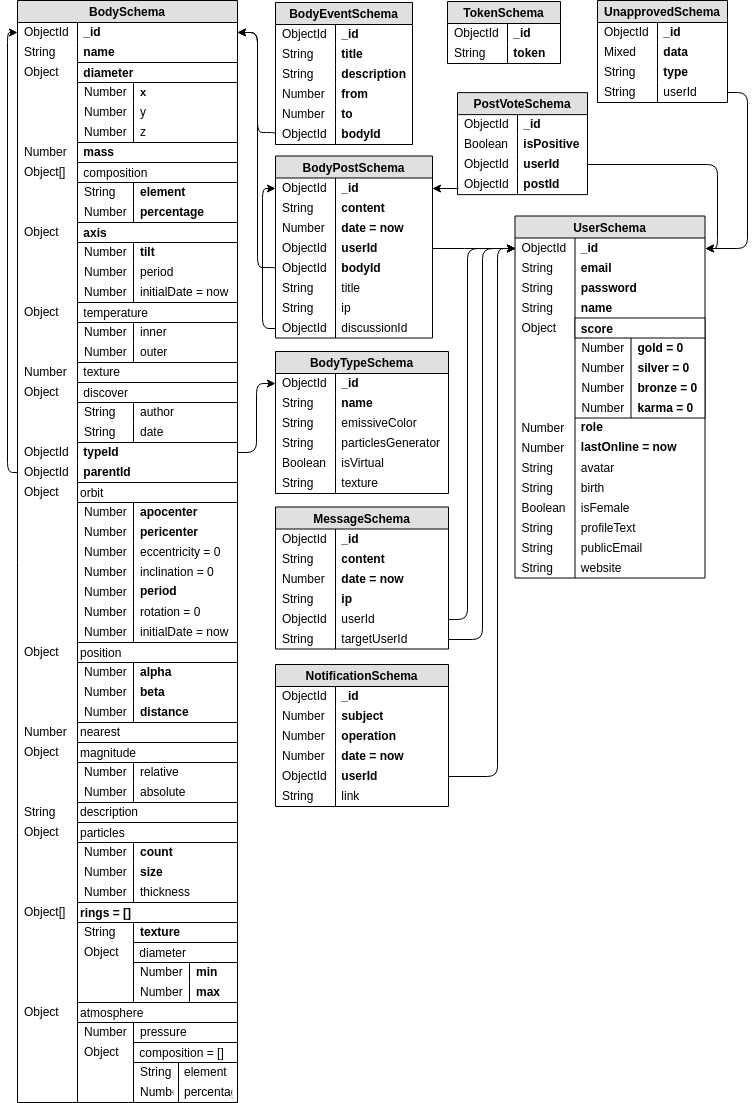
Earlier version of the draw.io export docs/Images/DB.png (michalstruna/universis). Source tidied: cells renumbered, new cells last; positions are measured from the earlier drawing's top-left corner, leaving out a move shared by most shapes.
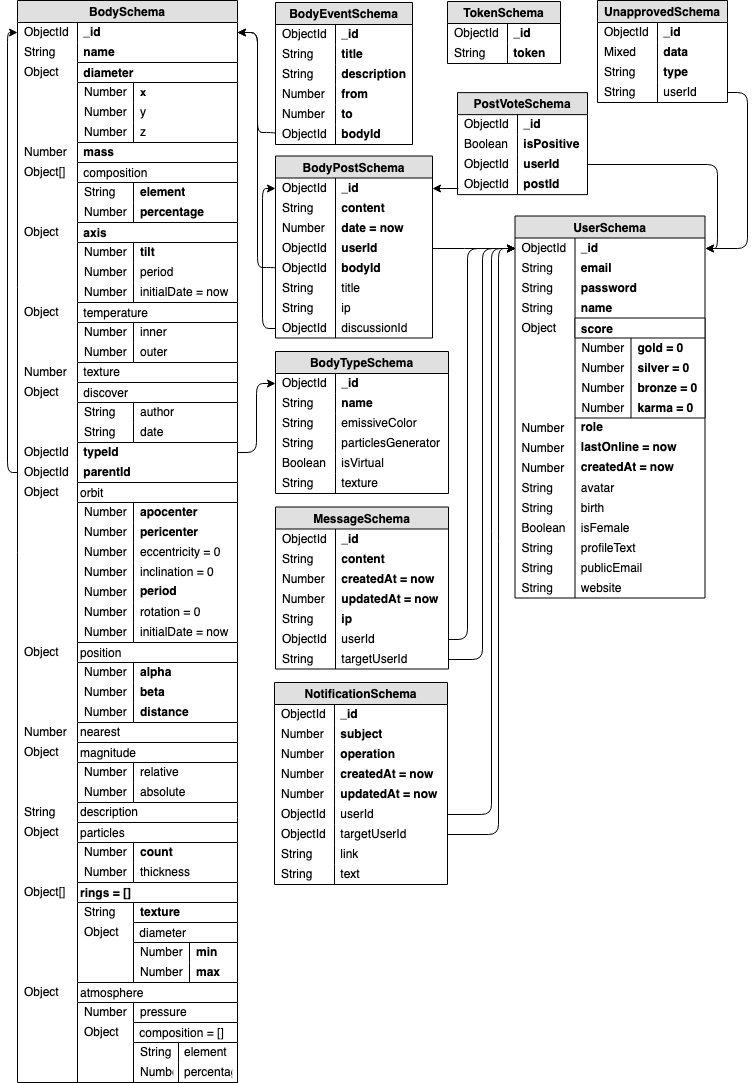
The same diagram one commit later.

What changed in the source:
```diff
@@ -5,3 +5,3 @@
     <mxCell id="2" value="BodySchema" style="swimlane;fontStyle=1;horizontal=1;startSize=22;fillColor=#e0e0e0;swimlaneFillColor=#ffffff;align=center;fontSize=12;verticalAlign=middle;spacing=2;" parent="1" vertex="1">
-      <mxGeometry x="10" width="220" height="1102" as="geometry" />
+      <mxGeometry x="10" width="220" height="1082" as="geometry" />
     </mxCell>
@@ -272,3 +272,3 @@
     <mxCell id="91" value="temperature" style="shape=partialRectangle;top=0;left=0;right=0;bottom=0;align=left;verticalAlign=middle;fillColor=none;spacingLeft=60;spacingRight=4;overflow=hidden;fontSize=12;spacing=2;" parent="2" vertex="1">
-      <mxGeometry y="822" width="220" height="80" as="geometry" />
+      <mxGeometry y="822" width="220" height="60" as="geometry" />
     </mxCell>
@@ -278,3 +278,3 @@
     <mxCell id="93" value="particles" style="swimlane;fontStyle=0;horizontal=1;startSize=20;fillColor=#ffffff;swimlaneFillColor=#ffffff;align=left;fontSize=12;verticalAlign=middle;spacing=2;" parent="91" vertex="1">
-      <mxGeometry x="60" width="160" height="80" as="geometry" />
+      <mxGeometry x="60" width="160" height="60" as="geometry" />
     </mxCell>
@@ -286,10 +286,4 @@
     </mxCell>
-    <mxCell id="96" value="size" style="shape=partialRectangle;top=0;left=0;right=0;bottom=0;align=left;verticalAlign=middle;fillColor=none;spacingLeft=60;spacingRight=4;overflow=hidden;fontSize=12;spacing=2;fontStyle=1;" parent="93" vertex="1">
-      <mxGeometry y="40" width="160" height="20" as="geometry" />
-    </mxCell>
-    <mxCell id="97" value="Number" style="shape=partialRectangle;fontStyle=0;top=0;left=0;bottom=0;fillColor=none;align=left;verticalAlign=middle;spacingLeft=4;spacingRight=4;overflow=hidden;fontSize=12;spacing=2;" parent="96" vertex="1">
-      <mxGeometry width="56" height="20" as="geometry" />
-    </mxCell>
     <mxCell id="98" value="thickness" style="shape=partialRectangle;top=0;left=0;right=0;bottom=0;align=left;verticalAlign=middle;fillColor=none;spacingLeft=60;spacingRight=4;overflow=hidden;fontSize=12;spacing=2;fontStyle=0;" parent="93" vertex="1">
-      <mxGeometry y="60" width="160" height="20" as="geometry" />
+      <mxGeometry y="40" width="160" height="20" as="geometry" />
     </mxCell>
@@ -299,3 +293,3 @@
     <mxCell id="100" value="temperature" style="shape=partialRectangle;top=0;left=0;right=0;bottom=0;align=left;verticalAlign=middle;fillColor=none;spacingLeft=60;spacingRight=4;overflow=hidden;fontSize=12;spacing=2;" parent="2" vertex="1">
-      <mxGeometry y="902" width="220" height="100" as="geometry" />
+      <mxGeometry y="882" width="220" height="100" as="geometry" />
     </mxCell>
@@ -335,3 +329,3 @@
     <mxCell id="112" value="temperature" style="shape=partialRectangle;top=0;left=0;right=0;bottom=0;align=left;verticalAlign=middle;fillColor=none;spacingLeft=60;spacingRight=4;overflow=hidden;fontSize=12;spacing=2;" parent="2" vertex="1">
-      <mxGeometry y="1002" width="220" height="100" as="geometry" />
+      <mxGeometry y="982" width="220" height="100" as="geometry" />
     </mxCell>
@@ -542,3 +536,3 @@
     <mxCell id="178" value="UserSchema" style="swimlane;fontStyle=1;horizontal=1;startSize=22;fillColor=#e0e0e0;swimlaneFillColor=#ffffff;align=center;fontSize=12;verticalAlign=middle;spacing=2;" parent="1" vertex="1">
-      <mxGeometry x="507.5" y="215.5" width="190" height="362" as="geometry" />
+      <mxGeometry x="507.5" y="215.5" width="190" height="382" as="geometry" />
     </mxCell>
@@ -613,4 +607,10 @@
     </mxCell>
+    <mxCell id="264" value=" createdAt = now&#10;" style="shape=partialRectangle;top=0;left=0;right=0;bottom=0;align=left;verticalAlign=middle;fillColor=none;spacingLeft=60;spacingRight=4;overflow=hidden;fontSize=12;spacing=2;fontStyle=1;" parent="178" vertex="1">
+      <mxGeometry y="242" width="190" height="20" as="geometry" />
+    </mxCell>
+    <mxCell id="265" value="Number" style="shape=partialRectangle;fontStyle=0;top=0;left=0;bottom=0;fillColor=none;align=left;verticalAlign=middle;spacingLeft=4;spacingRight=4;overflow=hidden;fontSize=12;spacing=2;" parent="264" vertex="1">
+      <mxGeometry width="60" height="20" as="geometry" />
+    </mxCell>
     <mxCell id="202" value=" avatar" style="shape=partialRectangle;top=0;left=0;right=0;bottom=0;align=left;verticalAlign=middle;fillColor=none;spacingLeft=60;spacingRight=4;overflow=hidden;fontSize=12;spacing=2;fontStyle=0;" parent="178" vertex="1">
-      <mxGeometry y="242" width="190" height="20" as="geometry" />
+      <mxGeometry y="262" width="190" height="20" as="geometry" />
     </mxCell>
@@ -620,3 +620,3 @@
     <mxCell id="204" value=" birth" style="shape=partialRectangle;top=0;left=0;right=0;bottom=0;align=left;verticalAlign=middle;fillColor=none;spacingLeft=60;spacingRight=4;overflow=hidden;fontSize=12;spacing=2;fontStyle=0;" parent="178" vertex="1">
-      <mxGeometry y="262" width="190" height="20" as="geometry" />
+      <mxGeometry y="282" width="190" height="20" as="geometry" />
     </mxCell>
@@ -626,3 +626,3 @@
     <mxCell id="206" value=" isFemale" style="shape=partialRectangle;top=0;left=0;right=0;bottom=0;align=left;verticalAlign=middle;fillColor=none;spacingLeft=60;spacingRight=4;overflow=hidden;fontSize=12;spacing=2;fontStyle=0;" parent="178" vertex="1">
-      <mxGeometry y="282" width="190" height="20" as="geometry" />
+      <mxGeometry y="302" width="190" height="20" as="geometry" />
     </mxCell>
@@ -632,3 +632,3 @@
     <mxCell id="208" value=" profileText" style="shape=partialRectangle;top=0;left=0;right=0;bottom=0;align=left;verticalAlign=middle;fillColor=none;spacingLeft=60;spacingRight=4;overflow=hidden;fontSize=12;spacing=2;fontStyle=0;" parent="178" vertex="1">
-      <mxGeometry y="302" width="190" height="20" as="geometry" />
+      <mxGeometry y="322" width="190" height="20" as="geometry" />
     </mxCell>
@@ -638,3 +638,3 @@
     <mxCell id="210" value=" publicEmail" style="shape=partialRectangle;top=0;left=0;right=0;bottom=0;align=left;verticalAlign=middle;fillColor=none;spacingLeft=60;spacingRight=4;overflow=hidden;fontSize=12;spacing=2;fontStyle=0;" parent="178" vertex="1">
-      <mxGeometry y="322" width="190" height="20" as="geometry" />
+      <mxGeometry y="342" width="190" height="20" as="geometry" />
     </mxCell>
@@ -644,3 +644,3 @@
     <mxCell id="212" value=" website" style="shape=partialRectangle;top=0;left=0;right=0;bottom=0;align=left;verticalAlign=middle;fillColor=none;spacingLeft=60;spacingRight=4;overflow=hidden;fontSize=12;spacing=2;fontStyle=0;" parent="178" vertex="1">
-      <mxGeometry y="342" width="190" height="20" as="geometry" />
+      <mxGeometry y="362" width="190" height="20" as="geometry" />
     </mxCell>
@@ -682,3 +682,3 @@
     <mxCell id="221" value="MessageSchema" style="swimlane;fontStyle=1;horizontal=1;startSize=22;fillColor=#e0e0e0;swimlaneFillColor=#ffffff;align=center;fontSize=12;verticalAlign=middle;spacing=2;" parent="1" vertex="1">
-      <mxGeometry x="268" y="506.5" width="173" height="142" as="geometry" />
+      <mxGeometry x="268" y="506.5" width="173" height="162" as="geometry" />
     </mxCell>
@@ -696,3 +696,3 @@
     </mxCell>
-    <mxCell id="226" value=" date = now" style="shape=partialRectangle;top=0;left=0;right=0;bottom=0;align=left;verticalAlign=middle;fillColor=none;spacingLeft=60;spacingRight=4;overflow=hidden;fontSize=12;spacing=2;fontStyle=1;" parent="221" vertex="1">
+    <mxCell id="226" value=" createdAt = now" style="shape=partialRectangle;top=0;left=0;right=0;bottom=0;align=left;verticalAlign=middle;fillColor=none;spacingLeft=60;spacingRight=4;overflow=hidden;fontSize=12;spacing=2;fontStyle=1;" parent="221" vertex="1">
       <mxGeometry y="62" width="173" height="20" as="geometry" />
@@ -702,4 +702,10 @@
     </mxCell>
+    <mxCell id="266" value=" updatedAt = now" style="shape=partialRectangle;top=0;left=0;right=0;bottom=0;align=left;verticalAlign=middle;fillColor=none;spacingLeft=60;spacingRight=4;overflow=hidden;fontSize=12;spacing=2;fontStyle=1;" parent="221" vertex="1">
+      <mxGeometry y="82" width="173" height="20" as="geometry" />
+    </mxCell>
+    <mxCell id="267" value="Number" style="shape=partialRectangle;fontStyle=0;top=0;left=0;bottom=0;fillColor=none;align=left;verticalAlign=middle;spacingLeft=4;spacingRight=4;overflow=hidden;fontSize=12;spacing=2;" parent="266" vertex="1">
+      <mxGeometry width="60" height="20" as="geometry" />
+    </mxCell>
     <mxCell id="228" value=" ip" style="shape=partialRectangle;top=0;left=0;right=0;bottom=0;align=left;verticalAlign=middle;fillColor=none;spacingLeft=60;spacingRight=4;overflow=hidden;fontSize=12;spacing=2;fontStyle=1;" parent="221" vertex="1">
-      <mxGeometry y="82" width="173" height="20" as="geometry" />
+      <mxGeometry y="102" width="173" height="20" as="geometry" />
     </mxCell>
@@ -709,3 +715,3 @@
     <mxCell id="230" value=" userId" style="shape=partialRectangle;top=0;left=0;right=0;bottom=0;align=left;verticalAlign=middle;fillColor=none;spacingLeft=60;spacingRight=4;overflow=hidden;points=[[0,0.5],[1,0.5]];portConstraint=eastwest;fontSize=12;fontStyle=0;spacing=2;" parent="221" vertex="1">
-      <mxGeometry y="102" width="173" height="20" as="geometry" />
+      <mxGeometry y="122" width="173" height="20" as="geometry" />
     </mxCell>
@@ -715,3 +721,3 @@
     <mxCell id="232" value=" targetUserId" style="shape=partialRectangle;top=0;left=0;right=0;bottom=0;align=left;verticalAlign=middle;fillColor=none;spacingLeft=60;spacingRight=4;overflow=hidden;points=[[0,0.5],[1,0.5]];portConstraint=eastwest;fontSize=12;spacing=2;fontStyle=0;flipH=1;" parent="221" vertex="1">
-      <mxGeometry y="122" width="173" height="20" as="geometry" />
+      <mxGeometry y="142" width="173" height="20" as="geometry" />
     </mxCell>
@@ -778,3 +784,3 @@
     <mxCell id="249" value="NotificationSchema" style="swimlane;fontStyle=1;horizontal=1;startSize=22;fillColor=#e0e0e0;swimlaneFillColor=#ffffff;align=center;fontSize=12;verticalAlign=middle;spacing=2;" parent="1" vertex="1">
-      <mxGeometry x="268" y="664" width="173" height="142" as="geometry" />
+      <mxGeometry x="267" y="682" width="173" height="202" as="geometry" />
     </mxCell>
@@ -798,3 +804,3 @@
     </mxCell>
-    <mxCell id="256" value=" date = now" style="shape=partialRectangle;top=0;left=0;right=0;bottom=0;align=left;verticalAlign=middle;fillColor=none;spacingLeft=60;spacingRight=4;overflow=hidden;fontSize=12;spacing=2;fontStyle=1;flipH=1;" parent="249" vertex="1">
+    <mxCell id="256" value=" createdAt = now" style="shape=partialRectangle;top=0;left=0;right=0;bottom=0;align=left;verticalAlign=middle;fillColor=none;spacingLeft=60;spacingRight=4;overflow=hidden;fontSize=12;spacing=2;fontStyle=1;flipH=1;" parent="249" vertex="1">
       <mxGeometry y="82" width="173" height="20" as="geometry" />
@@ -804,4 +810,10 @@
     </mxCell>
+    <mxCell id="268" value=" updatedAt = now" style="shape=partialRectangle;top=0;left=0;right=0;bottom=0;align=left;verticalAlign=middle;fillColor=none;spacingLeft=60;spacingRight=4;overflow=hidden;fontSize=12;spacing=2;fontStyle=1;flipH=1;" parent="249" vertex="1">
+      <mxGeometry y="102" width="173" height="20" as="geometry" />
+    </mxCell>
+    <mxCell id="269" value="Number" style="shape=partialRectangle;fontStyle=0;top=0;left=0;bottom=0;fillColor=none;align=left;verticalAlign=middle;spacingLeft=4;spacingRight=4;overflow=hidden;fontSize=12;spacing=2;" parent="268" vertex="1">
+      <mxGeometry width="60" height="20" as="geometry" />
+    </mxCell>
-    <mxCell id="258" value=" userId" style="shape=partialRectangle;top=0;left=0;right=0;bottom=0;align=left;verticalAlign=middle;fillColor=none;spacingLeft=60;spacingRight=4;overflow=hidden;points=[[0,0.5],[1,0.5]];portConstraint=eastwest;fontSize=12;spacing=2;fontStyle=1;flipH=1;" parent="249" vertex="1">
-      <mxGeometry y="102" width="173" height="20" as="geometry" />
+    <mxCell id="258" value=" userId" style="shape=partialRectangle;top=0;left=0;right=0;bottom=0;align=left;verticalAlign=middle;fillColor=none;spacingLeft=60;spacingRight=4;overflow=hidden;points=[[0,0.5],[1,0.5]];portConstraint=eastwest;fontSize=12;spacing=2;fontStyle=0;flipH=1;" parent="249" vertex="1">
+      <mxGeometry y="122" width="173" height="20" as="geometry" />
     </mxCell>
@@ -810,4 +822,10 @@
     </mxCell>
+    <mxCell id="270" value=" targetUserId" style="shape=partialRectangle;top=0;left=0;right=0;bottom=0;align=left;verticalAlign=middle;fillColor=none;spacingLeft=60;spacingRight=4;overflow=hidden;points=[[0,0.5],[1,0.5]];portConstraint=eastwest;fontSize=12;spacing=2;fontStyle=0;flipH=1;" parent="249" vertex="1">
+      <mxGeometry y="142" width="173" height="20" as="geometry" />
+    </mxCell>
+    <mxCell id="271" value="ObjectId" style="shape=partialRectangle;fontStyle=0;top=0;left=0;bottom=0;fillColor=none;align=left;verticalAlign=middle;spacingLeft=4;spacingRight=4;overflow=hidden;fontSize=12;spacing=2;" parent="270" vertex="1">
+      <mxGeometry width="60" height="20" as="geometry" />
+    </mxCell>
     <mxCell id="260" value=" link" style="shape=partialRectangle;top=0;left=0;right=0;bottom=0;align=left;verticalAlign=middle;fillColor=none;spacingLeft=60;spacingRight=4;overflow=hidden;fontSize=12;spacing=2;fontStyle=0;flipH=1;" parent="249" vertex="1">
-      <mxGeometry y="122" width="173" height="20" as="geometry" />
+      <mxGeometry y="162" width="173" height="20" as="geometry" />
     </mxCell>
@@ -816,2 +834,8 @@
     </mxCell>
+    <mxCell id="272" value=" text" style="shape=partialRectangle;top=0;left=0;right=0;bottom=0;align=left;verticalAlign=middle;fillColor=none;spacingLeft=60;spacingRight=4;overflow=hidden;fontSize=12;spacing=2;fontStyle=0;flipH=1;" parent="249" vertex="1">
+      <mxGeometry y="182" width="173" height="20" as="geometry" />
+    </mxCell>
+    <mxCell id="273" value="String" style="shape=partialRectangle;fontStyle=0;top=0;left=0;bottom=0;fillColor=none;align=left;verticalAlign=middle;spacingLeft=4;spacingRight=4;overflow=hidden;fontSize=12;spacing=2;" parent="272" vertex="1">
+      <mxGeometry width="60" height="20" as="geometry" />
+    </mxCell>
     <mxCell id="262" style="edgeStyle=elbowEdgeStyle;elbow=horizontal;endArrow=classic;html=1;fontSize=12;entryX=0;entryY=0.5;entryDx=0;entryDy=0;exitX=1;exitY=0.5;exitDx=0;exitDy=0;" parent="1" edge="1" source="258" target="179">
@@ -819,3 +843,3 @@
         <Array as="points">
-          <mxPoint x="490" y="520" />
+          <mxPoint x="484" y="512" />
         </Array>
@@ -826,2 +850,9 @@
     </mxCell>
+    <mxCell id="274" style="edgeStyle=elbowEdgeStyle;elbow=horizontal;endArrow=classic;html=1;fontSize=12;entryX=0;entryY=0.5;entryDx=0;entryDy=0;exitX=1;exitY=0.5;exitDx=0;exitDy=0;" parent="1" edge="1" source="270" target="179">
+      <mxGeometry relative="1" as="geometry">
+        <Array as="points">
+          <mxPoint x="491" y="518" />
+        </Array>
+      </mxGeometry>
+    </mxCell>
   </root>
```
